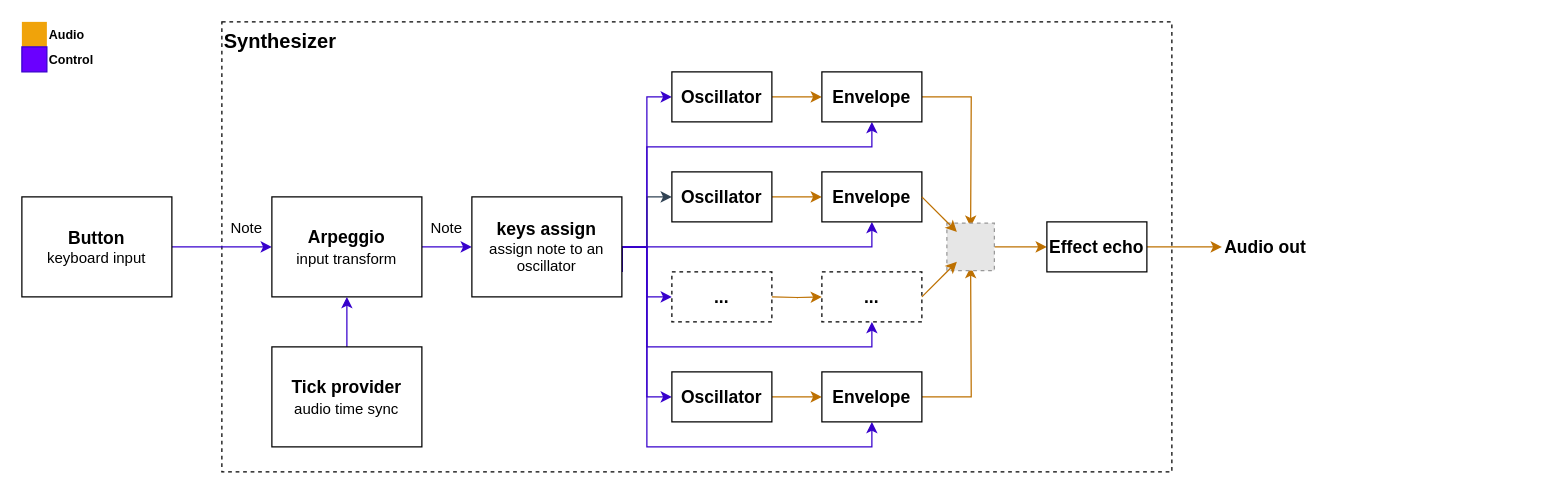
Before: assets/synth_flowchart.drawio in ReinBentdal/le_audio_synthesizer, a draw.io diagram. Source tidied: cells renumbered, new cells numbered last; positions are measured from the earlier drawing's top-left corner, leaving out a move shared by most shapes. Both pictures are drawn from the tidied source at 125%, with x=0, y=0 at pixel (21, 21). Pictures stored in the file or linked from it are replaced by grey dashed boxes.
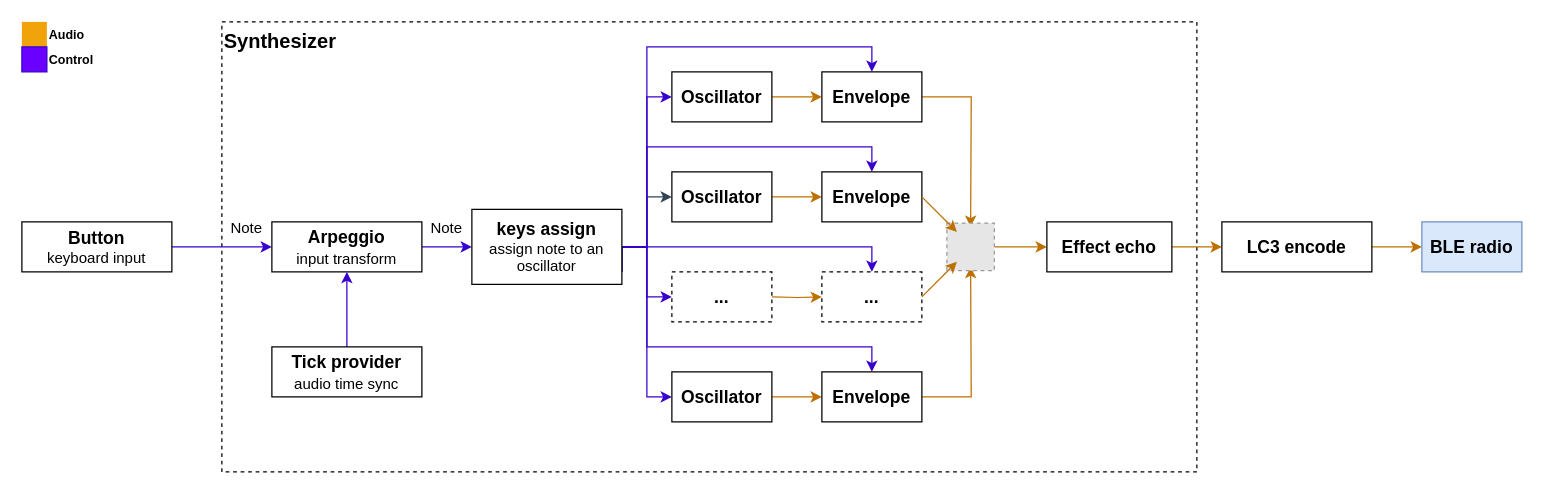
The same page after the edit.

Unchanged cells that the change refers to:
```xml
<mxCell id="17" value="&lt;b&gt;Oscillator&lt;/b&gt;" style="rounded=0;whiteSpace=wrap;html=1;fontSize=14;fillColor=#FFFFFF;" parent="1" vertex="1">
  <mxGeometry x="520" y="40" width="80" height="40" as="geometry" />
</mxCell>
<mxCell id="19" value="&lt;b&gt;Envelope&lt;/b&gt;" style="rounded=0;whiteSpace=wrap;html=1;fontSize=14;fillColor=#FFFFFF;" parent="1" vertex="1">
  <mxGeometry x="640" y="40" width="80" height="40" as="geometry" />
</mxCell>
<mxCell id="22" value="&lt;b&gt;Envelope&lt;/b&gt;" style="rounded=0;whiteSpace=wrap;html=1;fontSize=14;fillColor=#FFFFFF;" parent="1" vertex="1">
  <mxGeometry x="640" y="120" width="80" height="40" as="geometry" />
</mxCell>
<mxCell id="26" value="&lt;b&gt;Envelope&lt;/b&gt;" style="rounded=0;whiteSpace=wrap;html=1;fontSize=14;fillColor=#FFFFFF;" parent="1" vertex="1">
  <mxGeometry x="640" y="280" width="80" height="40" as="geometry" />
</mxCell>
<mxCell id="28" value="&lt;b&gt;...&lt;/b&gt;" style="rounded=0;whiteSpace=wrap;html=1;fontSize=14;fillColor=#FFFFFF;dashed=1;" parent="1" vertex="1">
  <mxGeometry x="640" y="200" width="80" height="40" as="geometry" />
</mxCell>
```

The edit, as a diff of the source:
```diff
@@
     <mxCell id="2" style="rounded=0;whiteSpace=wrap;html=1;fontSize=14;fillColor=none;dashed=1;" parent="1" vertex="1">
-      <mxGeometry x="160" width="760" height="360" as="geometry" />
+      <mxGeometry x="160" width="780" height="360" as="geometry" />
     </mxCell>
@@
     <mxCell id="4" value="&lt;font style=&quot;&quot;&gt;&lt;span style=&quot;font-weight: bold; font-size: 14px;&quot;&gt;Button&lt;/span&gt;&lt;br&gt;&lt;font style=&quot;font-size: 12px;&quot;&gt;keyboard input&lt;/font&gt;&lt;br&gt;&lt;/font&gt;" style="rounded=0;whiteSpace=wrap;html=1;" parent="1" vertex="1">
-      <mxGeometry y="140" width="120" height="80" as="geometry" />
+      <mxGeometry y="160" width="120" height="40" as="geometry" />
     </mxCell>
@@
     <mxCell id="6" value="&lt;b&gt;Arpeggio&lt;/b&gt;&lt;br&gt;&lt;font style=&quot;font-size: 12px;&quot;&gt;input transform&lt;/font&gt;" style="rounded=0;whiteSpace=wrap;html=1;fontSize=14;fillColor=#FFFFFF;" parent="1" vertex="1">
-      <mxGeometry x="200" y="140" width="120" height="80" as="geometry" />
+      <mxGeometry x="200" y="160" width="120" height="40" as="geometry" />
     </mxCell>
@@
-    <mxCell id="10" style="edgeStyle=orthogonalEdgeStyle;rounded=0;jettySize=auto;html=1;exitX=1;exitY=0.5;exitDx=0;exitDy=0;entryX=0.5;entryY=1;entryDx=0;entryDy=0;fontSize=14;fillColor=#6a00ff;strokeColor=#3700CC;" parent="1" edge="1" target="19">
-      <mxGeometry relative="1" as="geometry">
-        <mxPoint x="480" y="200" as="sourcePoint" />
-        <Array as="points">
-          <mxPoint x="480" y="180" />
-          <mxPoint x="500" y="180" />
-          <mxPoint x="500" y="100" />
-          <mxPoint x="680" y="100" />
-        </Array>
-      </mxGeometry>
-    </mxCell>
-    <mxCell id="11" style="edgeStyle=orthogonalEdgeStyle;rounded=0;jettySize=auto;html=1;exitX=1;exitY=0.5;exitDx=0;exitDy=0;entryX=0.5;entryY=1;entryDx=0;entryDy=0;fontSize=14;fillColor=#6a00ff;strokeColor=#3700CC;" parent="1" edge="1" target="22">
-      <mxGeometry relative="1" as="geometry">
-        <mxPoint x="480" y="200" as="sourcePoint" />
-        <Array as="points">
-          <mxPoint x="480" y="180" />
-          <mxPoint x="680" y="180" />
-        </Array>
-      </mxGeometry>
-    </mxCell>
-    <mxCell id="12" style="edgeStyle=orthogonalEdgeStyle;rounded=0;jettySize=auto;html=1;exitX=1;exitY=0.5;exitDx=0;exitDy=0;entryX=0.5;entryY=1;entryDx=0;entryDy=0;fontSize=14;fillColor=#6a00ff;strokeColor=#3700CC;" parent="1" edge="1" target="26">
-      <mxGeometry relative="1" as="geometry">
-        <mxPoint x="480" y="200" as="sourcePoint" />
-        <Array as="points">
-          <mxPoint x="480" y="180" />
-          <mxPoint x="500" y="180" />
-          <mxPoint x="500" y="340" />
-          <mxPoint x="680" y="340" />
-        </Array>
-      </mxGeometry>
-    </mxCell>
@@
+    <mxCell id="46" style="edgeStyle=orthogonalEdgeStyle;rounded=0;jettySize=auto;html=1;exitX=1;exitY=0.5;exitDx=0;exitDy=0;entryX=0.5;entryY=0;entryDx=0;entryDy=0;strokeWidth=1;fontSize=14;fillColor=#6a00ff;strokeColor=#3700CC;" parent="1" edge="1" source="15" target="19">
+      <mxGeometry relative="1" as="geometry">
+        <Array as="points">
+          <mxPoint x="500" y="180" />
+          <mxPoint x="500" y="20" />
+          <mxPoint x="680" y="20" />
+        </Array>
+      </mxGeometry>
+    </mxCell>
+    <mxCell id="47" style="edgeStyle=orthogonalEdgeStyle;rounded=0;jettySize=auto;html=1;exitX=1;exitY=0.5;exitDx=0;exitDy=0;entryX=0.5;entryY=0;entryDx=0;entryDy=0;strokeWidth=1;fontSize=14;fillColor=#6a00ff;strokeColor=#3700CC;" parent="1" edge="1" source="15" target="22">
+      <mxGeometry relative="1" as="geometry">
+        <Array as="points">
+          <mxPoint x="500" y="180" />
+          <mxPoint x="500" y="100" />
+          <mxPoint x="680" y="100" />
+        </Array>
+      </mxGeometry>
+    </mxCell>
-    <mxCell id="14" style="edgeStyle=orthogonalEdgeStyle;rounded=0;jettySize=auto;html=1;exitX=1;exitY=0.5;exitDx=0;exitDy=0;entryX=0.5;entryY=1;entryDx=0;entryDy=0;fontSize=14;fillColor=#6a00ff;strokeColor=#3700CC;" parent="1" edge="1" source="15" target="28">
-      <mxGeometry relative="1" as="geometry">
-        <Array as="points">
-          <mxPoint x="500" y="180" />
-          <mxPoint x="500" y="260" />
-          <mxPoint x="680" y="260" />
-        </Array>
-      </mxGeometry>
+    <mxCell id="14" style="edgeStyle=orthogonalEdgeStyle;rounded=0;jettySize=auto;html=1;exitX=1;exitY=0.5;exitDx=0;exitDy=0;entryX=0.5;entryY=0;entryDx=0;entryDy=0;strokeWidth=1;fontSize=14;fillColor=#6a00ff;strokeColor=#3700CC;" parent="1" edge="1" source="15" target="28">
+      <mxGeometry relative="1" as="geometry" />
     </mxCell>
+    <mxCell id="48" style="edgeStyle=orthogonalEdgeStyle;rounded=0;jettySize=auto;html=1;exitX=1;exitY=0.5;exitDx=0;exitDy=0;entryX=0.5;entryY=0;entryDx=0;entryDy=0;strokeWidth=1;fontSize=14;fillColor=#6a00ff;strokeColor=#3700CC;" parent="1" edge="1" source="15" target="26">
+      <mxGeometry relative="1" as="geometry">
+        <Array as="points">
+          <mxPoint x="500" y="180" />
+          <mxPoint x="500" y="260" />
+          <mxPoint x="680" y="260" />
+        </Array>
+      </mxGeometry>
+    </mxCell>
     <mxCell id="15" value="&lt;font style=&quot;&quot;&gt;&lt;span style=&quot;font-weight: bold; font-size: 14px;&quot;&gt;keys assign&lt;/span&gt;&lt;br&gt;&lt;font style=&quot;font-size: 12px;&quot;&gt;assign note to an oscillator&lt;/font&gt;&lt;br&gt;&lt;/font&gt;" style="rounded=0;whiteSpace=wrap;html=1;fontSize=12;fillColor=#FFFFFF;" parent="1" vertex="1">
-      <mxGeometry x="360" y="140" width="120" height="80" as="geometry" />
+      <mxGeometry x="360" y="150" width="120" height="60" as="geometry" />
     </mxCell>
-    <mxCell id="16" style="edgeStyle=orthogonalEdgeStyle;rounded=0;jettySize=auto;html=1;exitX=1;exitY=0.5;exitDx=0;exitDy=0;entryX=0;entryY=0.5;entryDx=0;entryDy=0;fontSize=14;fillColor=#f0a30a;strokeColor=#BD7000;strokeWidth=1;" parent="1" edge="1" source="17" target="19">
+    <mxCell id="16" style="rounded=0;jettySize=auto;html=1;exitX=1;exitY=0.5;exitDx=0;exitDy=0;entryX=0;entryY=0.5;entryDx=0;entryDy=0;fontSize=14;fillColor=#f0a30a;strokeColor=#BD7000;strokeWidth=1;jumpSize=3;jumpStyle=gap;elbow=vertical;" parent="1" edge="1" source="17" target="19">
       <mxGeometry relative="1" as="geometry" />
     </mxCell>
@@
     <mxCell id="31" value="&lt;b&gt;Tick provider&lt;/b&gt;&lt;br&gt;&lt;font style=&quot;font-size: 12px;&quot;&gt;audio time sync&lt;/font&gt;" style="rounded=0;whiteSpace=wrap;html=1;fontSize=14;fillColor=#FFFFFF;" parent="1" vertex="1">
-      <mxGeometry x="200" y="260" width="120" height="80" as="geometry" />
+      <mxGeometry x="200" y="260" width="120" height="40" as="geometry" />
     </mxCell>
-    <mxCell id="32" value="&lt;b&gt;Audio out&lt;/b&gt;" style="text;html=1;strokeColor=none;fillColor=none;align=center;verticalAlign=middle;whiteSpace=wrap;rounded=0;fontSize=14;" parent="1" vertex="1">
-      <mxGeometry x="960" y="165" width="70" height="30" as="geometry" />
-    </mxCell>
@@
-    <mxCell id="44" style="edgeStyle=orthogonalEdgeStyle;rounded=0;jettySize=auto;html=1;exitX=1;exitY=0.5;exitDx=0;exitDy=0;entryX=0;entryY=0.5;entryDx=0;entryDy=0;strokeWidth=1;fontSize=10;fillColor=#f0a30a;strokeColor=#BD7000;" parent="1" edge="1" source="45" target="32">
-      <mxGeometry relative="1" as="geometry" />
+    <mxCell id="44" style="edgeStyle=orthogonalEdgeStyle;rounded=0;jettySize=auto;html=1;exitX=1;exitY=0.5;exitDx=0;exitDy=0;entryX=0;entryY=0.5;entryDx=0;entryDy=0;strokeWidth=1;fontSize=10;fillColor=#f0a30a;strokeColor=#BD7000;" parent="1" edge="1" source="45">
+      <mxGeometry relative="1" as="geometry">
+        <mxPoint x="960" y="180" as="targetPoint" />
+      </mxGeometry>
     </mxCell>
     <mxCell id="45" value="&lt;b&gt;Effect echo&lt;/b&gt;" style="rounded=0;whiteSpace=wrap;html=1;fontSize=14;fillColor=#FFFFFF;" parent="1" vertex="1">
-      <mxGeometry x="820" y="160" width="80" height="40" as="geometry" />
+      <mxGeometry x="820" y="160" width="100" height="40" as="geometry" />
     </mxCell>
+    <mxCell id="49" style="edgeStyle=orthogonalEdgeStyle;rounded=0;jettySize=auto;html=1;exitX=1;exitY=0.5;exitDx=0;exitDy=0;entryX=0;entryY=0.5;entryDx=0;entryDy=0;strokeWidth=1;fontSize=14;fillColor=#f0a30a;strokeColor=#BD7000;" parent="1" edge="1" source="50" target="51">
+      <mxGeometry relative="1" as="geometry" />
+    </mxCell>
+    <mxCell id="50" value="&lt;b&gt;&lt;font style=&quot;font-size: 14px;&quot;&gt;LC3 encode&lt;/font&gt;&lt;/b&gt;" style="rounded=0;whiteSpace=wrap;html=1;fontSize=10;fillColor=none;" parent="1" vertex="1">
+      <mxGeometry x="960" y="160" width="120" height="40" as="geometry" />
+    </mxCell>
+    <mxCell id="51" value="&lt;b&gt;BLE radio&lt;/b&gt;" style="rounded=0;whiteSpace=wrap;html=1;fontSize=14;fillColor=#dae8fc;strokeColor=#6c8ebf;" parent="1" vertex="1">
+      <mxGeometry x="1120" y="160" width="80" height="40" as="geometry" />
+    </mxCell>
```
